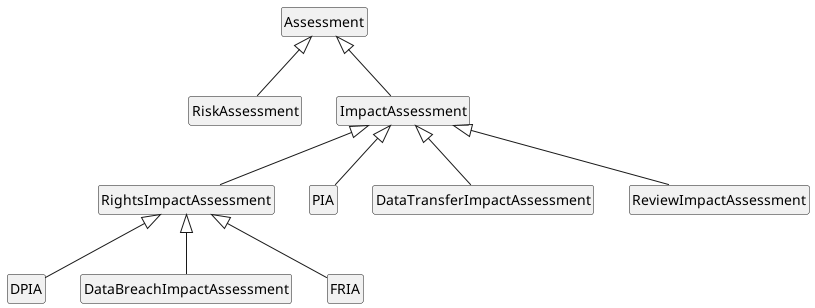
Earlier version of the PlantUML export media/ImpactAssessment.png (jeswr/dpv). Its diagram source:
```plantuml
@startuml
!include style.plantuml

class Assessment
class RiskAssessment
class ImpactAssessment
class RightsImpactAssessment
class DPIA
class DataBreachImpactAssessment
class FRIA
class PIA
class DataTransferImpactAssessment
class ReviewImpactAssessment

Assessment <|-- RiskAssessment
Assessment <|-- ImpactAssessment
ImpactAssessment <|-- RightsImpactAssessment
ImpactAssessment <|-- PIA
ImpactAssessment <|-- DataTransferImpactAssessment
ImpactAssessment <|-- ReviewImpactAssessment
RightsImpactAssessment <|-- DPIA
RightsImpactAssessment <|-- DataBreachImpactAssessment
RightsImpactAssessment <|-- FRIA


@enduml
```
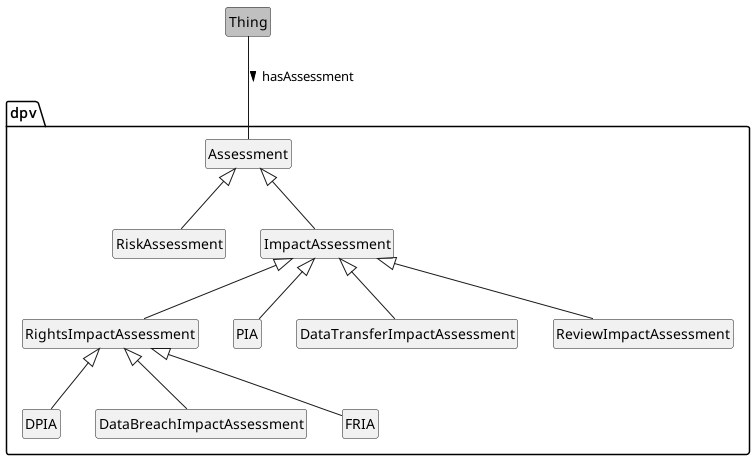
The same diagram one commit later.

Diff of the diagram source:
```diff
@@ -1,17 +1,20 @@
 @startuml
 !include style.plantuml
 
-class Assessment
-class RiskAssessment
-class ImpactAssessment
-class RightsImpactAssessment
-class DPIA
-class DataBreachImpactAssessment
-class FRIA
-class PIA
-class DataTransferImpactAssessment
-class ReviewImpactAssessment
-
+class Thing #silver
+package dpv {
+	class Assessment
+	class RiskAssessment
+	class ImpactAssessment
+	class RightsImpactAssessment
+	class DPIA
+	class DataBreachImpactAssessment
+	class FRIA
+	class PIA
+	class DataTransferImpactAssessment
+	class ReviewImpactAssessment
+}
+Thing -- Assessment : hasAssessment >
 Assessment <|-- RiskAssessment
 Assessment <|-- ImpactAssessment
 ImpactAssessment <|-- RightsImpactAssessment
```
